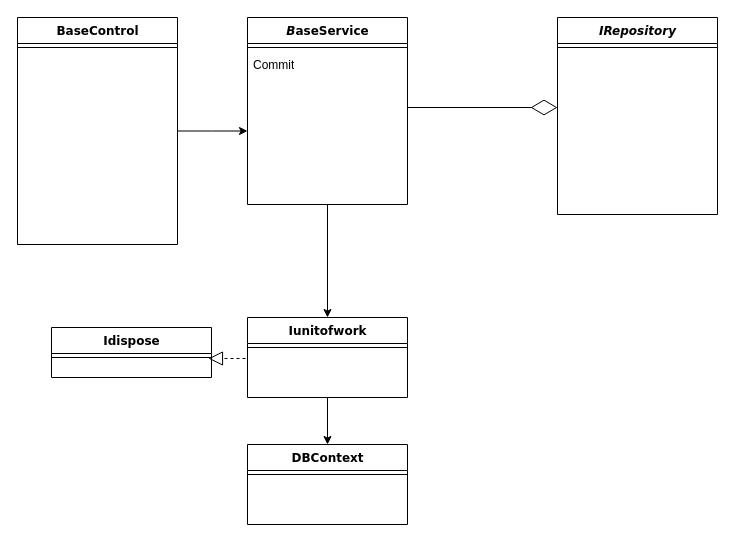
The draw.io diagram page "第 2 页" (2 of 2) of 开发基础结构.drawio in mattertome/commanframework, before the edit. Source tidied: cells renumbered, new cells numbered last; positions are measured from the earlier drawing's top-left corner, leaving out a move shared by most shapes. Both pictures are drawn from the tidied source at 100%, with x=0, y=0 at pixel (17, 17).
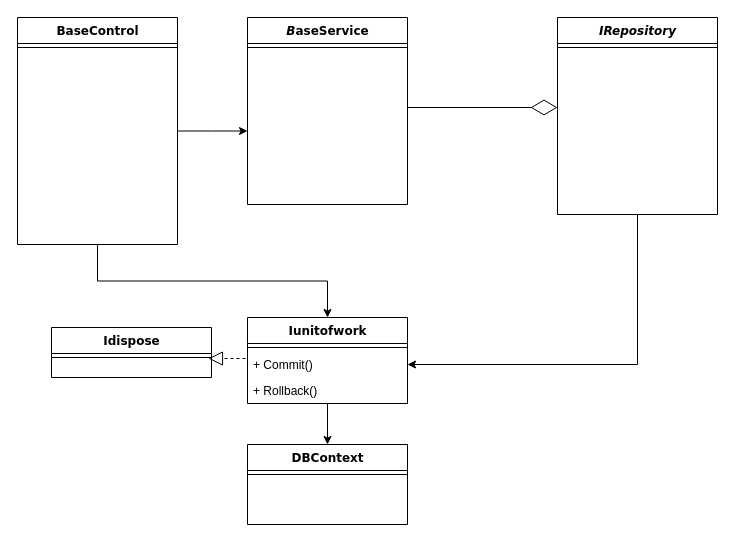
After the change.

Commit message:
更新开发基础结构.drawio

Unchanged cells that the change refers to:
```xml
<mxCell id="3" value="BaseControl" style="swimlane;html=1;fontStyle=1;align=center;verticalAlign=top;horizontal=1;startSize=26;swimlaneFillColor=#ffffff;rounded=0;shadow=0;comic=0;labelBackgroundColor=none;strokeWidth=1;fillColor=none;fontFamily=Verdana;fontSize=12;" parent="1" vertex="1">
  <mxGeometry width="160" height="227" as="geometry" />
</mxCell>
<mxCell id="6" value="&lt;i style=&quot;border-color: var(--border-color);&quot;&gt;B&lt;/i&gt;aseService" style="swimlane;html=1;fontStyle=1;align=center;verticalAlign=top;horizontal=1;startSize=26;swimlaneFillColor=#ffffff;rounded=0;shadow=0;comic=0;labelBackgroundColor=none;strokeWidth=1;fillColor=none;fontFamily=Verdana;fontSize=12;" parent="1" vertex="1">
  <mxGeometry x="230" width="160" height="187" as="geometry" />
</mxCell>
<mxCell id="9" value="&lt;i&gt;IRepository&lt;/i&gt;" style="swimlane;html=1;fontStyle=1;align=center;verticalAlign=top;horizontal=1;startSize=26;swimlaneFillColor=#ffffff;rounded=0;shadow=0;comic=0;labelBackgroundColor=none;strokeWidth=1;fillColor=none;fontFamily=Verdana;fontSize=12;" parent="1" vertex="1">
  <mxGeometry x="540" width="160" height="197" as="geometry" />
</mxCell>
```

Diff of the diagram source:
```diff
@@
-    <mxCell id="5" style="edgeStyle=orthogonalEdgeStyle;rounded=0;jettySize=auto;html=1;" parent="1" edge="1" source="6" target="18">
+    <mxCell id="5" style="edgeStyle=orthogonalEdgeStyle;rounded=0;jettySize=auto;html=1;exitX=0.5;exitY=1;exitDx=0;exitDy=0;" parent="1" edge="1" source="3" target="18">
       <mxGeometry relative="1" as="geometry" />
     </mxCell>
@@
-    <mxCell id="8" value="Commit" style="text;html=1;strokeColor=none;fillColor=none;align=left;verticalAlign=top;spacingLeft=4;spacingRight=4;whiteSpace=wrap;overflow=hidden;" parent="6" vertex="1">
-      <mxGeometry y="34" width="160" height="26" as="geometry" />
-    </mxCell>
+    <mxCell id="20" style="edgeStyle=orthogonalEdgeStyle;rounded=0;jettySize=auto;html=1;entryX=1;entryY=0.5;entryDx=0;entryDy=0;" parent="1" edge="1" source="9" target="21">
+      <mxGeometry relative="1" as="geometry" />
+    </mxCell>
@@
     <mxCell id="18" value="Iunitofwork" style="swimlane;html=1;fontStyle=1;align=center;verticalAlign=top;horizontal=1;startSize=26;swimlaneFillColor=#ffffff;rounded=0;shadow=0;comic=0;labelBackgroundColor=none;strokeWidth=1;fillColor=none;fontFamily=Verdana;fontSize=12;" parent="1" vertex="1">
-      <mxGeometry x="230" y="300" width="160" height="80" as="geometry" />
+      <mxGeometry x="230" y="300" width="160" height="86" as="geometry" />
     </mxCell>
@@
+    <mxCell id="21" value="+ Commit()" style="text;strokeColor=none;fillColor=none;align=left;verticalAlign=top;spacingLeft=4;spacingRight=4;overflow=hidden;points=[[0,0.5],[1,0.5]];portConstraint=eastwest;whiteSpace=wrap;html=1;" parent="18" vertex="1">
+      <mxGeometry y="34" width="160" height="26" as="geometry" />
+    </mxCell>
+    <mxCell id="22" value="+ Rollback()" style="text;strokeColor=none;fillColor=none;align=left;verticalAlign=top;spacingLeft=4;spacingRight=4;overflow=hidden;whiteSpace=wrap;html=1;" parent="18" vertex="1">
+      <mxGeometry y="60" width="160" height="26" as="geometry" />
+    </mxCell>
```
